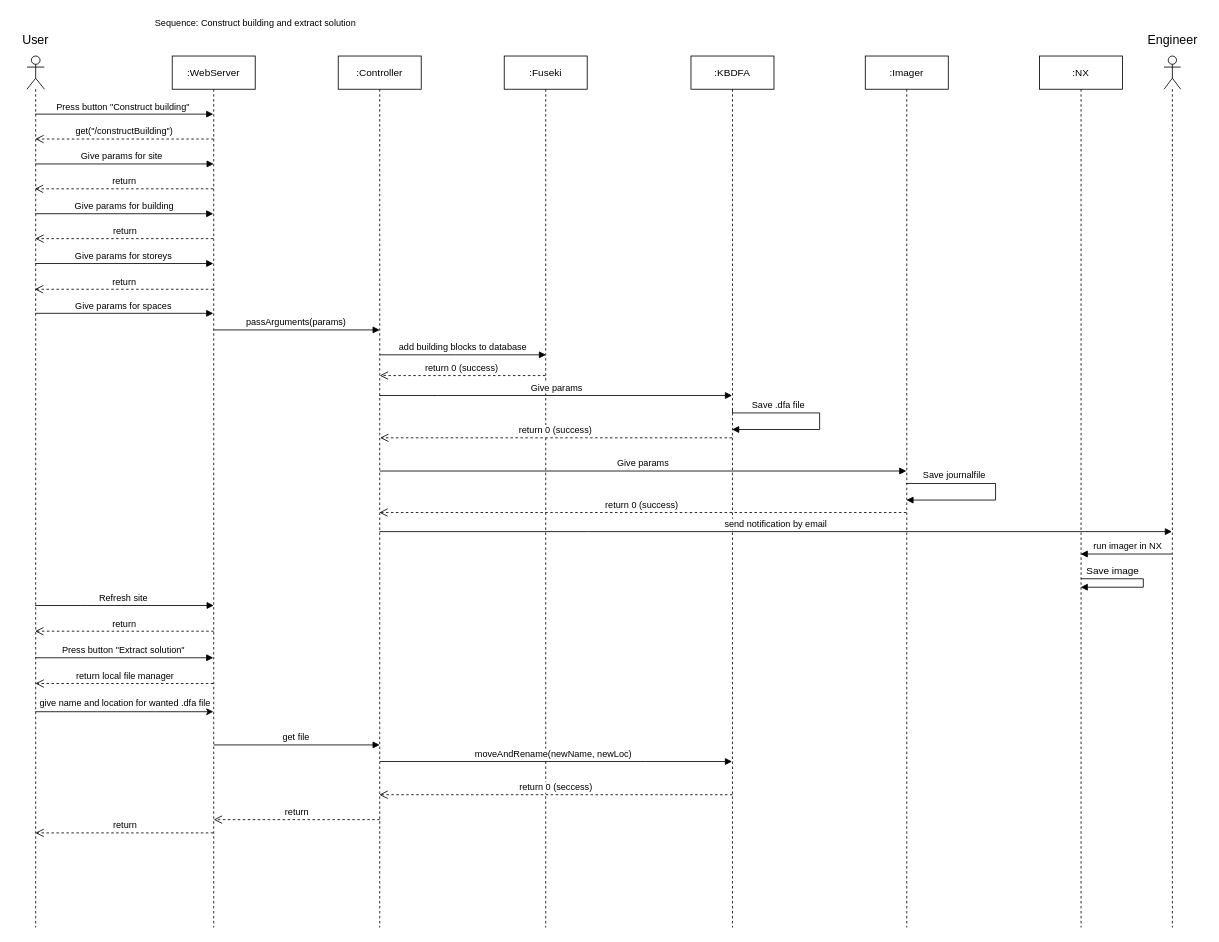
Before: page "SeqConstruct" (5 of 8) of Diagrams/Diagrams.drawio in Hallvaeb/automation-p2-construction-knowledge-base, a draw.io diagram. Source tidied: cells renumbered, new cells numbered last; positions are measured from the earlier drawing's top-left corner, leaving out a move shared by most shapes. Both pictures are drawn from the tidied source at 83%, with x=0, y=0 at pixel (14, 14).
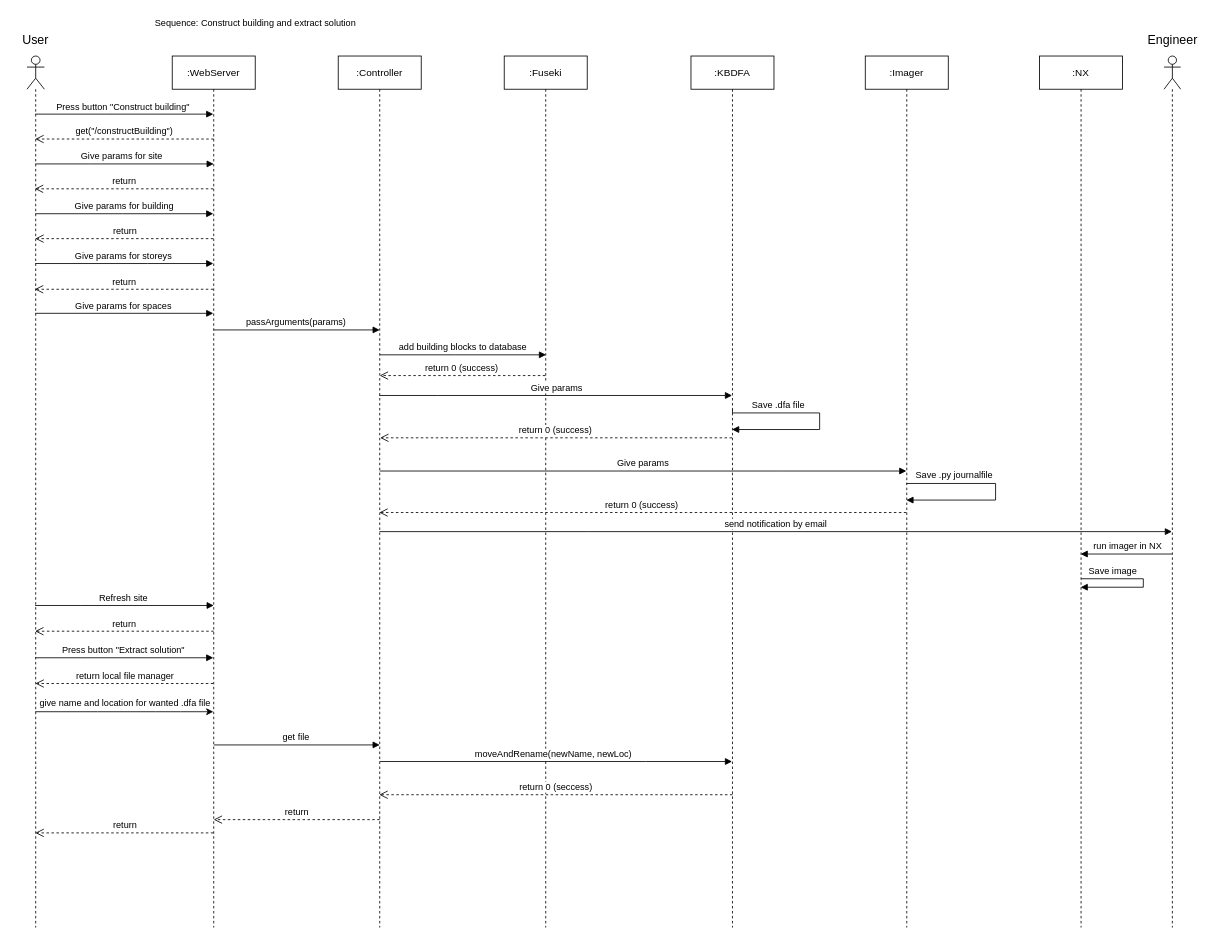
Above is the later version.

Commit message:
last updates to Construction SeqDia

The edit, as a diff of the source:
```diff
@@
-    <mxCell id="29" value="Save image" style="text;html=1;align=center;verticalAlign=middle;strokeColor=none;fillColor=none;" parent="1" vertex="1">
-      <mxGeometry x="1283" y="661" width="80" height="20" as="geometry" />
+    <mxCell id="29" value="&lt;font style=&quot;font-size: 11px&quot;&gt;Save image&lt;/font&gt;" style="text;html=1;align=center;verticalAlign=middle;strokeColor=none;fillColor=none;" parent="1" vertex="1">
+      <mxGeometry x="1288" y="661" width="70" height="20" as="geometry" />
     </mxCell>
@@
-    <mxCell id="33" value="&lt;font style=&quot;font-size: 11px&quot;&gt;Save journalfile&lt;/font&gt;" style="text;html=1;align=center;verticalAlign=middle;strokeColor=none;fillColor=none;" parent="1" vertex="1">
-      <mxGeometry x="1086.5" y="545" width="90" height="20" as="geometry" />
+    <mxCell id="33" value="&lt;font style=&quot;font-size: 11px&quot;&gt;Save .py journalfile&lt;/font&gt;" style="text;html=1;align=center;verticalAlign=middle;strokeColor=none;fillColor=none;" parent="1" vertex="1">
+      <mxGeometry x="1076.5" y="545" width="110" height="20" as="geometry" />
     </mxCell>
```
